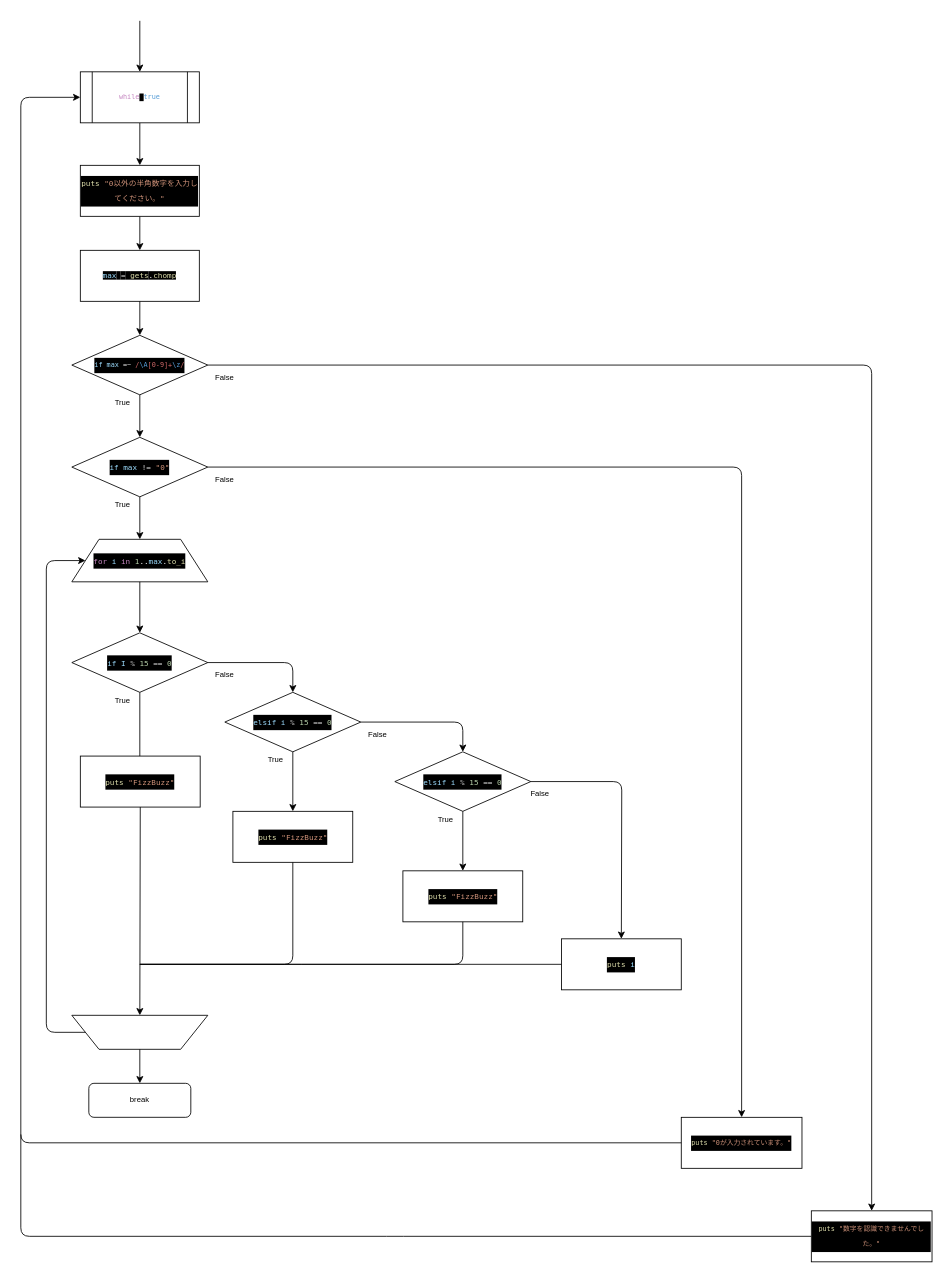
Above: fizzbuzz.dio in ks1590/fizz_buzz (draw.io), before the change. Source tidied: cells renumbered, new cells numbered last; positions are measured from the earlier drawing's top-left corner, leaving out a move shared by most shapes. Both pictures are drawn from the tidied source at 85%, with x=0, y=0 at pixel (20, 20).
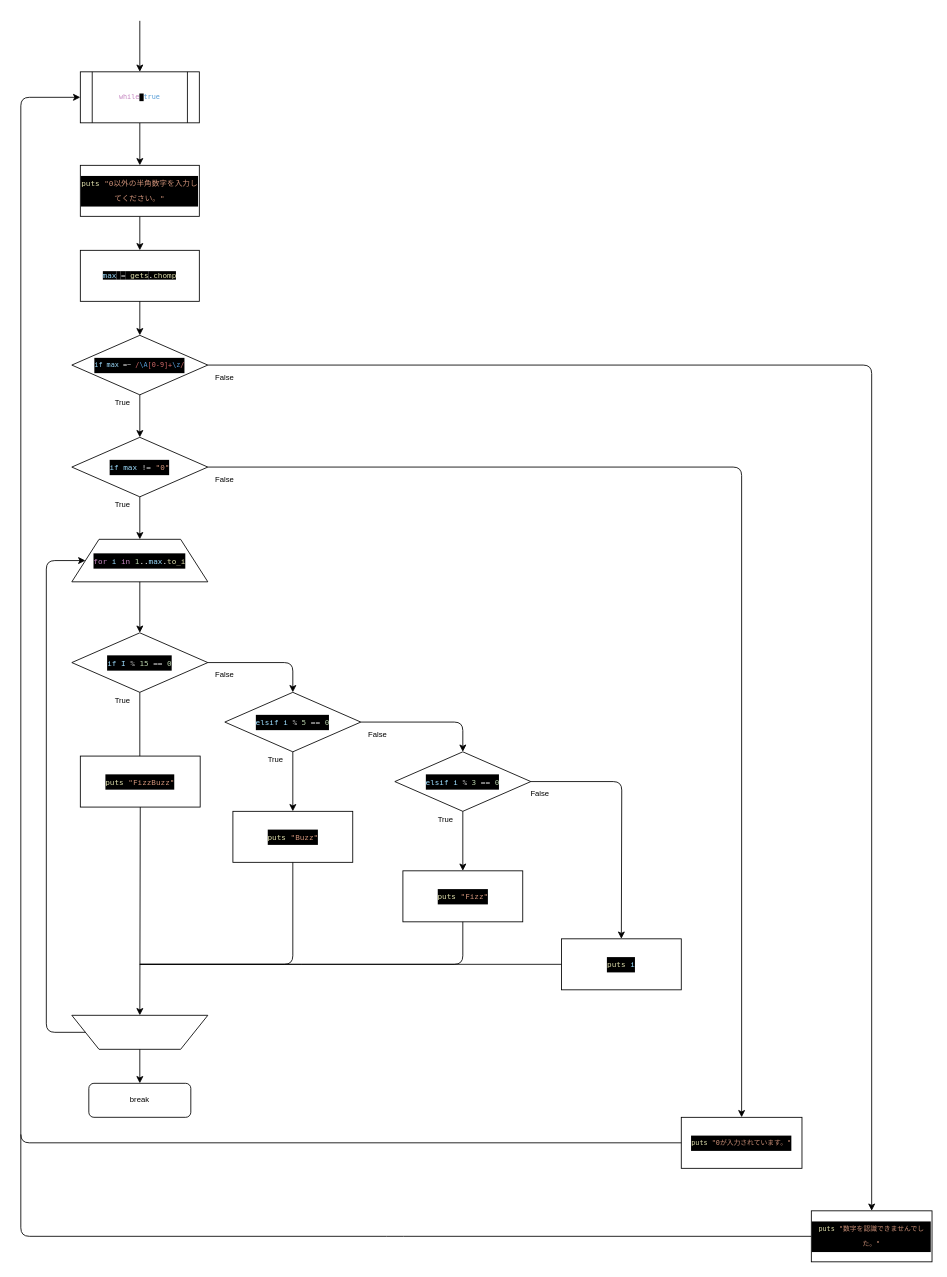
After the change.

Commit message:
for文内のputsを修正

Diff of the diagram source:
```diff
@@
-    <mxCell id="19" value="&lt;div style=&quot;color: rgb(255 , 255 , 255) ; background-color: rgb(0 , 0 , 0) ; font-family: &amp;#34;menlo&amp;#34; , &amp;#34;monaco&amp;#34; , &amp;#34;courier new&amp;#34; , monospace ; line-height: 18px ; font-size: 9px&quot;&gt;&lt;div style=&quot;font-family: &amp;#34;menlo&amp;#34; , &amp;#34;monaco&amp;#34; , &amp;#34;courier new&amp;#34; , monospace ; font-size: 9px ; line-height: 18px&quot;&gt;&lt;div style=&quot;font-family: &amp;#34;menlo&amp;#34; , &amp;#34;monaco&amp;#34; , &amp;#34;courier new&amp;#34; , monospace ; line-height: 18px ; font-size: 9px&quot;&gt;&lt;span style=&quot;color: rgb(156 , 220 , 254) ; font-size: 9px&quot;&gt;elsif i&lt;/span&gt;&amp;nbsp;&lt;span style=&quot;color: rgb(212 , 212 , 212) ; font-size: 9px&quot;&gt;%&lt;/span&gt; &lt;span style=&quot;color: rgb(181 , 206 , 168) ; font-size: 9px&quot;&gt;15&lt;/span&gt; &lt;span style=&quot;color: rgb(212 , 212 , 212) ; font-size: 9px&quot;&gt;==&lt;/span&gt; &lt;span style=&quot;color: rgb(181 , 206 , 168) ; font-size: 9px&quot;&gt;0&lt;/span&gt;&lt;/div&gt;&lt;/div&gt;&lt;/div&gt;" style="rhombus;whiteSpace=wrap;html=1;fontSize=9;" parent="1" vertex="1">
+    <mxCell id="19" value="&lt;div style=&quot;color: rgb(255 , 255 , 255) ; background-color: rgb(0 , 0 , 0) ; font-family: &amp;#34;menlo&amp;#34; , &amp;#34;monaco&amp;#34; , &amp;#34;courier new&amp;#34; , monospace ; line-height: 18px ; font-size: 9px&quot;&gt;&lt;div style=&quot;font-family: &amp;#34;menlo&amp;#34; , &amp;#34;monaco&amp;#34; , &amp;#34;courier new&amp;#34; , monospace ; font-size: 9px ; line-height: 18px&quot;&gt;&lt;div style=&quot;font-family: &amp;#34;menlo&amp;#34; , &amp;#34;monaco&amp;#34; , &amp;#34;courier new&amp;#34; , monospace ; line-height: 18px ; font-size: 9px&quot;&gt;&lt;span style=&quot;color: rgb(156 , 220 , 254) ; font-size: 9px&quot;&gt;elsif i&lt;/span&gt;&amp;nbsp;&lt;span style=&quot;color: rgb(212 , 212 , 212) ; font-size: 9px&quot;&gt;%&lt;/span&gt; &lt;span style=&quot;color: rgb(181 , 206 , 168) ; font-size: 9px&quot;&gt;5&lt;/span&gt; &lt;span style=&quot;color: rgb(212 , 212 , 212) ; font-size: 9px&quot;&gt;==&lt;/span&gt; &lt;span style=&quot;color: rgb(181 , 206 , 168) ; font-size: 9px&quot;&gt;0&lt;/span&gt;&lt;/div&gt;&lt;/div&gt;&lt;/div&gt;" style="rhombus;whiteSpace=wrap;html=1;fontSize=9;" parent="1" vertex="1">
       <mxGeometry x="240" y="790" width="160" height="70" as="geometry" />
     </mxCell>
@@
-    <mxCell id="21" value="&lt;div style=&quot;color: rgb(255 , 255 , 255) ; background-color: rgb(0 , 0 , 0) ; font-family: &amp;#34;menlo&amp;#34; , &amp;#34;monaco&amp;#34; , &amp;#34;courier new&amp;#34; , monospace ; line-height: 18px ; font-size: 9px&quot;&gt;&lt;div style=&quot;font-family: &amp;#34;menlo&amp;#34; , &amp;#34;monaco&amp;#34; , &amp;#34;courier new&amp;#34; , monospace ; font-size: 9px ; line-height: 18px&quot;&gt;&lt;div style=&quot;font-family: &amp;#34;menlo&amp;#34; , &amp;#34;monaco&amp;#34; , &amp;#34;courier new&amp;#34; , monospace ; line-height: 18px ; font-size: 9px&quot;&gt;&lt;span style=&quot;color: rgb(156 , 220 , 254) ; font-size: 9px&quot;&gt;elsif i&lt;/span&gt;&amp;nbsp;&lt;span style=&quot;color: rgb(212 , 212 , 212) ; font-size: 9px&quot;&gt;%&lt;/span&gt; &lt;span style=&quot;color: rgb(181 , 206 , 168) ; font-size: 9px&quot;&gt;15&lt;/span&gt; &lt;span style=&quot;color: rgb(212 , 212 , 212) ; font-size: 9px&quot;&gt;==&lt;/span&gt; &lt;span style=&quot;color: rgb(181 , 206 , 168) ; font-size: 9px&quot;&gt;0&lt;/span&gt;&lt;/div&gt;&lt;/div&gt;&lt;/div&gt;" style="rhombus;whiteSpace=wrap;html=1;fontSize=9;" parent="1" vertex="1">
+    <mxCell id="21" value="&lt;div style=&quot;background-color: rgb(0 , 0 , 0) ; font-family: &amp;#34;menlo&amp;#34; , &amp;#34;monaco&amp;#34; , &amp;#34;courier new&amp;#34; , monospace ; line-height: 18px ; font-size: 9px&quot;&gt;&lt;div style=&quot;font-family: &amp;#34;menlo&amp;#34; , &amp;#34;monaco&amp;#34; , &amp;#34;courier new&amp;#34; , monospace ; font-size: 9px ; line-height: 18px&quot;&gt;&lt;div style=&quot;font-family: &amp;#34;menlo&amp;#34; , &amp;#34;monaco&amp;#34; , &amp;#34;courier new&amp;#34; , monospace ; line-height: 18px ; font-size: 9px&quot;&gt;&lt;span style=&quot;color: rgb(156 , 220 , 254) ; font-size: 9px&quot;&gt;elsif i&lt;/span&gt;&lt;font color=&quot;#ffffff&quot;&gt;&amp;nbsp;&lt;/font&gt;&lt;span style=&quot;color: rgb(212 , 212 , 212) ; font-size: 9px&quot;&gt;%&lt;/span&gt;&lt;font color=&quot;#ffffff&quot;&gt;&amp;nbsp;&lt;/font&gt;&lt;font color=&quot;#b5cea8&quot;&gt;3&lt;/font&gt;&lt;font color=&quot;#ffffff&quot;&gt;&amp;nbsp;&lt;/font&gt;&lt;span style=&quot;color: rgb(212 , 212 , 212) ; font-size: 9px&quot;&gt;==&lt;/span&gt; &lt;span style=&quot;color: rgb(181 , 206 , 168) ; font-size: 9px&quot;&gt;0&lt;/span&gt;&lt;/div&gt;&lt;/div&gt;&lt;/div&gt;" style="rhombus;whiteSpace=wrap;html=1;fontSize=9;" parent="1" vertex="1">
       <mxGeometry x="440" y="860" width="160" height="70" as="geometry" />
     </mxCell>
@@
-    <mxCell id="27" value="&lt;div style=&quot;color: rgb(255, 255, 255); background-color: rgb(0, 0, 0); font-family: menlo, monaco, &amp;quot;courier new&amp;quot;, monospace; font-size: 9px; line-height: 18px;&quot;&gt;&lt;span style=&quot;color: rgb(220, 220, 170); font-size: 9px;&quot;&gt;puts&lt;/span&gt; &lt;span style=&quot;color: rgb(206, 145, 120); font-size: 9px;&quot;&gt;&quot;FizzBuzz&quot;&lt;/span&gt;&lt;/div&gt;" style="rounded=0;whiteSpace=wrap;html=1;fontSize=9;" parent="1" vertex="1">
+    <mxCell id="27" value="&lt;div style=&quot;color: rgb(255 , 255 , 255) ; background-color: rgb(0 , 0 , 0) ; font-family: &amp;#34;menlo&amp;#34; , &amp;#34;monaco&amp;#34; , &amp;#34;courier new&amp;#34; , monospace ; font-size: 9px ; line-height: 18px&quot;&gt;&lt;span style=&quot;color: rgb(220 , 220 , 170) ; font-size: 9px&quot;&gt;puts&lt;/span&gt; &lt;span style=&quot;color: rgb(206 , 145 , 120) ; font-size: 9px&quot;&gt;&quot;Buzz&quot;&lt;/span&gt;&lt;/div&gt;" style="rounded=0;whiteSpace=wrap;html=1;fontSize=9;" parent="1" vertex="1">
       <mxGeometry x="249.5" y="930" width="141" height="60" as="geometry" />
     </mxCell>
-    <mxCell id="28" value="&lt;div style=&quot;color: rgb(255, 255, 255); background-color: rgb(0, 0, 0); font-family: menlo, monaco, &amp;quot;courier new&amp;quot;, monospace; font-size: 9px; line-height: 18px;&quot;&gt;&lt;span style=&quot;color: rgb(220, 220, 170); font-size: 9px;&quot;&gt;puts&lt;/span&gt; &lt;span style=&quot;color: rgb(206, 145, 120); font-size: 9px;&quot;&gt;&quot;FizzBuzz&quot;&lt;/span&gt;&lt;/div&gt;" style="rounded=0;whiteSpace=wrap;html=1;fontSize=9;" parent="1" vertex="1">
+    <mxCell id="28" value="&lt;div style=&quot;color: rgb(255 , 255 , 255) ; background-color: rgb(0 , 0 , 0) ; font-family: &amp;#34;menlo&amp;#34; , &amp;#34;monaco&amp;#34; , &amp;#34;courier new&amp;#34; , monospace ; font-size: 9px ; line-height: 18px&quot;&gt;&lt;span style=&quot;color: rgb(220 , 220 , 170) ; font-size: 9px&quot;&gt;puts&lt;/span&gt; &lt;span style=&quot;color: rgb(206 , 145 , 120) ; font-size: 9px&quot;&gt;&quot;Fizz&quot;&lt;/span&gt;&lt;/div&gt;" style="rounded=0;whiteSpace=wrap;html=1;fontSize=9;" parent="1" vertex="1">
       <mxGeometry x="449.5" y="1000" width="141" height="60" as="geometry" />
     </mxCell>
```
